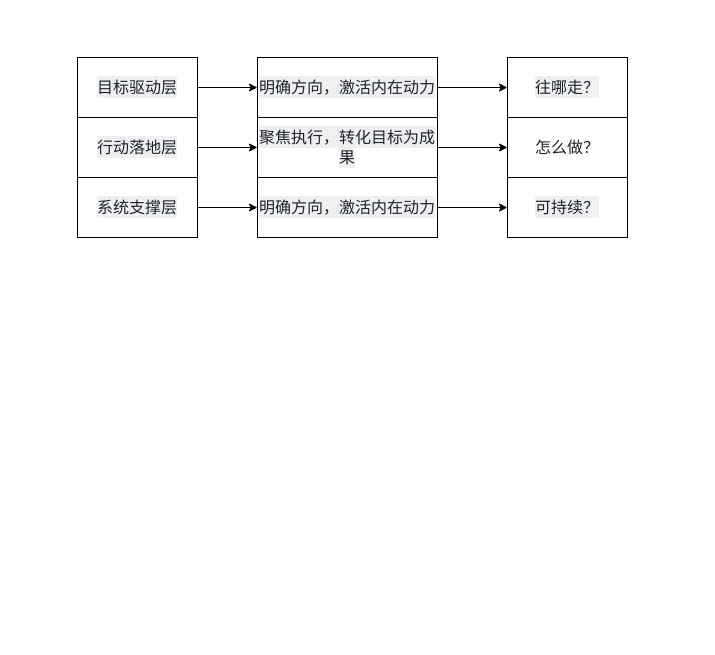
This is 未命名绘图.drawio from FlyThroughAir/DrawHere, a draw.io file, before an edit. Source tidied: cells renumbered, new cells numbered last; positions are measured from the earlier drawing's top-left corner, leaving out a move shared by most shapes. Both pictures are drawn from the tidied source at 100%, with x=0, y=0 at pixel (77, 57).
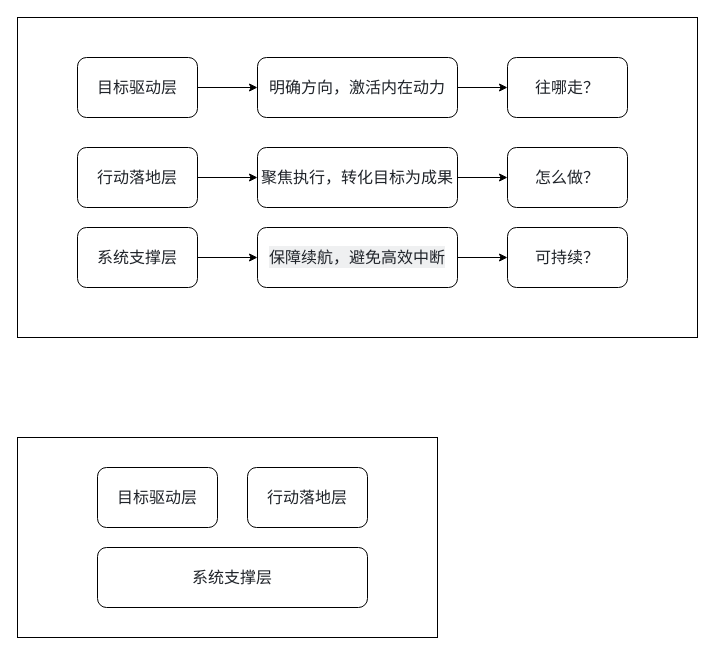
After the change.

Commit message (it also covers changes not shown here):
更新未命名绘图.drawio

Change to the diagram source:
```diff
@@
+    <mxCell id="17" style="rounded=0;whiteSpace=wrap;html=1;" parent="1" vertex="1">
+      <mxGeometry x="-60" y="380" width="420" height="200" as="geometry" />
+    </mxCell>
+    <mxCell id="18" style="rounded=0;whiteSpace=wrap;html=1;" parent="1" vertex="1">
+      <mxGeometry x="-60" y="-40" width="680" height="320" as="geometry" />
+    </mxCell>
@@
-    <mxCell id="3" value="&lt;span style=&quot;color: rgb(31, 35, 41); font-family: ui-sans-serif, system-ui, sans-serif, &amp;quot;Apple Color Emoji&amp;quot;, &amp;quot;Segoe UI Emoji&amp;quot;, &amp;quot;Segoe UI Symbol&amp;quot;, &amp;quot;Noto Color Emoji&amp;quot;; font-size: 16px; text-align: start; white-space-collapse: preserve; background-color: rgb(239, 240, 241);&quot;&gt;目标驱动层&lt;/span&gt;" style="rounded=0;whiteSpace=wrap;html=1;" parent="1" vertex="1">
+    <mxCell id="3" value="&lt;span style=&quot;color: rgb(31, 35, 41); font-family: ui-sans-serif, system-ui, sans-serif, &amp;quot;Apple Color Emoji&amp;quot;, &amp;quot;Segoe UI Emoji&amp;quot;, &amp;quot;Segoe UI Symbol&amp;quot;, &amp;quot;Noto Color Emoji&amp;quot;; font-size: 16px; text-align: start; white-space-collapse: preserve; background-color: rgb(255, 255, 255);&quot;&gt;目标驱动层&lt;/span&gt;" style="rounded=1;whiteSpace=wrap;html=1;" parent="1" vertex="1">
       <mxGeometry width="120" height="60" as="geometry" />
     </mxCell>
@@
-    <mxCell id="5" value="&lt;span style=&quot;color: rgb(31, 35, 41); font-family: ui-sans-serif, system-ui, sans-serif, &amp;quot;Apple Color Emoji&amp;quot;, &amp;quot;Segoe UI Emoji&amp;quot;, &amp;quot;Segoe UI Symbol&amp;quot;, &amp;quot;Noto Color Emoji&amp;quot;; font-size: 16px; text-align: start; white-space-collapse: preserve; background-color: rgb(239, 240, 241);&quot;&gt;行动落地层&lt;/span&gt;" style="rounded=0;whiteSpace=wrap;html=1;" parent="1" vertex="1">
-      <mxGeometry y="60" width="120" height="60" as="geometry" />
+    <mxCell id="5" value="&lt;span style=&quot;color: rgb(31, 35, 41); font-family: ui-sans-serif, system-ui, sans-serif, &amp;quot;Apple Color Emoji&amp;quot;, &amp;quot;Segoe UI Emoji&amp;quot;, &amp;quot;Segoe UI Symbol&amp;quot;, &amp;quot;Noto Color Emoji&amp;quot;; font-size: 16px; text-align: start; white-space-collapse: preserve; background-color: rgb(255, 255, 255);&quot;&gt;行动落地层&lt;/span&gt;" style="rounded=1;whiteSpace=wrap;html=1;" parent="1" vertex="1">
+      <mxGeometry y="90" width="120" height="60" as="geometry" />
     </mxCell>
@@
-    <mxCell id="7" value="&lt;span style=&quot;color: rgb(31, 35, 41); font-family: ui-sans-serif, system-ui, sans-serif, &amp;quot;Apple Color Emoji&amp;quot;, &amp;quot;Segoe UI Emoji&amp;quot;, &amp;quot;Segoe UI Symbol&amp;quot;, &amp;quot;Noto Color Emoji&amp;quot;; font-size: 16px; text-align: start; white-space-collapse: preserve; background-color: rgb(239, 240, 241);&quot;&gt;系统支撑层&lt;/span&gt;" style="rounded=0;whiteSpace=wrap;html=1;" parent="1" vertex="1">
-      <mxGeometry y="120" width="120" height="60" as="geometry" />
+    <mxCell id="7" value="&lt;span style=&quot;color: rgb(31, 35, 41); font-family: ui-sans-serif, system-ui, sans-serif, &amp;quot;Apple Color Emoji&amp;quot;, &amp;quot;Segoe UI Emoji&amp;quot;, &amp;quot;Segoe UI Symbol&amp;quot;, &amp;quot;Noto Color Emoji&amp;quot;; font-size: 16px; text-align: start; white-space-collapse: preserve;&quot;&gt;系统支撑层&lt;/span&gt;" style="rounded=1;whiteSpace=wrap;html=1;" parent="1" vertex="1">
+      <mxGeometry y="170" width="120" height="60" as="geometry" />
     </mxCell>
@@
-    <mxCell id="9" value="&lt;span style=&quot;color: rgb(31, 35, 41); font-family: ui-sans-serif, system-ui, sans-serif, &amp;quot;Apple Color Emoji&amp;quot;, &amp;quot;Segoe UI Emoji&amp;quot;, &amp;quot;Segoe UI Symbol&amp;quot;, &amp;quot;Noto Color Emoji&amp;quot;; font-size: 16px; font-style: normal; font-variant-ligatures: normal; font-variant-caps: normal; font-weight: 400; letter-spacing: normal; orphans: 2; text-align: start; text-indent: 0px; text-transform: none; widows: 2; word-spacing: 0px; -webkit-text-stroke-width: 0px; white-space: pre-wrap; background-color: rgb(239, 240, 241); text-decoration-thickness: initial; text-decoration-style: initial; text-decoration-color: initial; display: inline !important; float: none;&quot;&gt;明确方向，激活内在动力&lt;/span&gt;" style="rounded=0;whiteSpace=wrap;html=1;" parent="1" vertex="1">
-      <mxGeometry x="180" width="180" height="60" as="geometry" />
+    <mxCell id="9" value="&lt;span style=&quot;color: rgb(31, 35, 41); font-family: ui-sans-serif, system-ui, sans-serif, &amp;quot;Apple Color Emoji&amp;quot;, &amp;quot;Segoe UI Emoji&amp;quot;, &amp;quot;Segoe UI Symbol&amp;quot;, &amp;quot;Noto Color Emoji&amp;quot;; font-size: 16px; font-style: normal; font-variant-ligatures: normal; font-variant-caps: normal; font-weight: 400; letter-spacing: normal; orphans: 2; text-align: start; text-indent: 0px; text-transform: none; widows: 2; word-spacing: 0px; -webkit-text-stroke-width: 0px; white-space: pre-wrap; text-decoration-thickness: initial; text-decoration-style: initial; text-decoration-color: initial; float: none; background-color: rgb(255, 255, 255); display: inline !important;&quot;&gt;明确方向，激活内在动力&lt;/span&gt;" style="rounded=1;whiteSpace=wrap;html=1;" parent="1" vertex="1">
+      <mxGeometry x="180" width="200" height="60" as="geometry" />
     </mxCell>
@@
-    <mxCell id="11" value="&lt;span style=&quot;color: rgb(31, 35, 41); font-family: ui-sans-serif, system-ui, sans-serif, &amp;quot;Apple Color Emoji&amp;quot;, &amp;quot;Segoe UI Emoji&amp;quot;, &amp;quot;Segoe UI Symbol&amp;quot;, &amp;quot;Noto Color Emoji&amp;quot;; font-size: 16px; text-align: start; white-space-collapse: preserve; background-color: rgb(239, 240, 241);&quot;&gt;聚焦执行，转化目标为成果&lt;/span&gt;" style="rounded=0;whiteSpace=wrap;html=1;" parent="1" vertex="1">
-      <mxGeometry x="180" y="60" width="180" height="60" as="geometry" />
+    <mxCell id="11" value="&lt;span style=&quot;color: rgb(31, 35, 41); font-family: ui-sans-serif, system-ui, sans-serif, &amp;quot;Apple Color Emoji&amp;quot;, &amp;quot;Segoe UI Emoji&amp;quot;, &amp;quot;Segoe UI Symbol&amp;quot;, &amp;quot;Noto Color Emoji&amp;quot;; font-size: 16px; text-align: start; white-space-collapse: preserve; background-color: rgb(255, 255, 255);&quot;&gt;聚焦执行，转化目标为成果&lt;/span&gt;" style="rounded=1;whiteSpace=wrap;html=1;" parent="1" vertex="1">
+      <mxGeometry x="180" y="90" width="200" height="60" as="geometry" />
     </mxCell>
@@
-    <mxCell id="13" value="&lt;span style=&quot;color: rgb(31, 35, 41); font-family: ui-sans-serif, system-ui, sans-serif, &amp;quot;Apple Color Emoji&amp;quot;, &amp;quot;Segoe UI Emoji&amp;quot;, &amp;quot;Segoe UI Symbol&amp;quot;, &amp;quot;Noto Color Emoji&amp;quot;; font-size: 16px; font-style: normal; font-variant-ligatures: normal; font-variant-caps: normal; font-weight: 400; letter-spacing: normal; orphans: 2; text-align: start; text-indent: 0px; text-transform: none; widows: 2; word-spacing: 0px; -webkit-text-stroke-width: 0px; white-space: pre-wrap; background-color: rgb(239, 240, 241); text-decoration-thickness: initial; text-decoration-style: initial; text-decoration-color: initial; display: inline !important; float: none;&quot;&gt;明确方向，激活内在动力&lt;/span&gt;" style="rounded=0;whiteSpace=wrap;html=1;" parent="1" vertex="1">
-      <mxGeometry x="180" y="120" width="180" height="60" as="geometry" />
+    <mxCell id="13" value="&lt;span style=&quot;color: rgb(31, 35, 41); font-family: ui-sans-serif, system-ui, sans-serif, &amp;quot;Apple Color Emoji&amp;quot;, &amp;quot;Segoe UI Emoji&amp;quot;, &amp;quot;Segoe UI Symbol&amp;quot;, &amp;quot;Noto Color Emoji&amp;quot;; font-size: 16px; text-align: start; white-space-collapse: preserve; background-color: rgb(239, 240, 241);&quot;&gt;保障续航，避免高效中断&lt;/span&gt;" style="rounded=1;whiteSpace=wrap;html=1;" parent="1" vertex="1">
+      <mxGeometry x="180" y="170" width="200" height="60" as="geometry" />
     </mxCell>
-    <mxCell id="14" value="&lt;span style=&quot;color: rgb(31, 35, 41); font-family: ui-sans-serif, system-ui, sans-serif, &amp;quot;Apple Color Emoji&amp;quot;, &amp;quot;Segoe UI Emoji&amp;quot;, &amp;quot;Segoe UI Symbol&amp;quot;, &amp;quot;Noto Color Emoji&amp;quot;; font-size: 16px; text-align: start; white-space-collapse: preserve; background-color: rgb(239, 240, 241);&quot;&gt;往哪走？&lt;/span&gt;" style="rounded=0;whiteSpace=wrap;html=1;" parent="1" vertex="1">
+    <mxCell id="14" value="&lt;span style=&quot;color: rgb(31, 35, 41); font-family: ui-sans-serif, system-ui, sans-serif, &amp;quot;Apple Color Emoji&amp;quot;, &amp;quot;Segoe UI Emoji&amp;quot;, &amp;quot;Segoe UI Symbol&amp;quot;, &amp;quot;Noto Color Emoji&amp;quot;; font-size: 16px; text-align: start; white-space-collapse: preserve;&quot;&gt;往哪走？&lt;/span&gt;" style="rounded=1;whiteSpace=wrap;html=1;" parent="1" vertex="1">
       <mxGeometry x="430" width="120" height="60" as="geometry" />
     </mxCell>
-    <mxCell id="15" value="&lt;span style=&quot;color: rgb(31, 35, 41); font-family: ui-sans-serif, system-ui, sans-serif, &amp;quot;Apple Color Emoji&amp;quot;, &amp;quot;Segoe UI Emoji&amp;quot;, &amp;quot;Segoe UI Symbol&amp;quot;, &amp;quot;Noto Color Emoji&amp;quot;; font-size: 16px; text-align: start; white-space-collapse: preserve; background-color: rgb(255, 255, 255);&quot;&gt;怎么做？&lt;/span&gt;" style="rounded=0;whiteSpace=wrap;html=1;" parent="1" vertex="1">
-      <mxGeometry x="430" y="60" width="120" height="60" as="geometry" />
+    <mxCell id="15" value="&lt;span style=&quot;color: rgb(31, 35, 41); font-family: ui-sans-serif, system-ui, sans-serif, &amp;quot;Apple Color Emoji&amp;quot;, &amp;quot;Segoe UI Emoji&amp;quot;, &amp;quot;Segoe UI Symbol&amp;quot;, &amp;quot;Noto Color Emoji&amp;quot;; font-size: 16px; text-align: start; white-space-collapse: preserve; background-color: rgb(255, 255, 255);&quot;&gt;怎么做？&lt;/span&gt;" style="rounded=1;whiteSpace=wrap;html=1;" parent="1" vertex="1">
+      <mxGeometry x="430" y="90" width="120" height="60" as="geometry" />
     </mxCell>
-    <mxCell id="16" value="&lt;span style=&quot;color: rgb(31, 35, 41); font-family: ui-sans-serif, system-ui, sans-serif, &amp;quot;Apple Color Emoji&amp;quot;, &amp;quot;Segoe UI Emoji&amp;quot;, &amp;quot;Segoe UI Symbol&amp;quot;, &amp;quot;Noto Color Emoji&amp;quot;; font-size: 16px; text-align: start; white-space-collapse: preserve; background-color: rgb(239, 240, 241);&quot;&gt;可持续？&lt;/span&gt;" style="rounded=0;whiteSpace=wrap;html=1;" parent="1" vertex="1">
-      <mxGeometry x="430" y="120" width="120" height="60" as="geometry" />
+    <mxCell id="16" value="&lt;span style=&quot;color: rgb(31, 35, 41); font-family: ui-sans-serif, system-ui, sans-serif, &amp;quot;Apple Color Emoji&amp;quot;, &amp;quot;Segoe UI Emoji&amp;quot;, &amp;quot;Segoe UI Symbol&amp;quot;, &amp;quot;Noto Color Emoji&amp;quot;; font-size: 16px; text-align: start; white-space-collapse: preserve;&quot;&gt;可持续？&lt;/span&gt;" style="rounded=1;whiteSpace=wrap;html=1;" parent="1" vertex="1">
+      <mxGeometry x="430" y="170" width="120" height="60" as="geometry" />
     </mxCell>
+    <mxCell id="19" value="&lt;span style=&quot;color: rgb(31, 35, 41); font-family: ui-sans-serif, system-ui, sans-serif, &amp;quot;Apple Color Emoji&amp;quot;, &amp;quot;Segoe UI Emoji&amp;quot;, &amp;quot;Segoe UI Symbol&amp;quot;, &amp;quot;Noto Color Emoji&amp;quot;; font-size: 16px; text-align: start; white-space-collapse: preserve; background-color: rgb(255, 255, 255);&quot;&gt;目标驱动层&lt;/span&gt;" style="rounded=1;whiteSpace=wrap;html=1;" parent="1" vertex="1">
+      <mxGeometry x="20" y="410" width="120" height="60" as="geometry" />
+    </mxCell>
+    <mxCell id="20" value="&lt;span style=&quot;color: rgb(31, 35, 41); font-family: ui-sans-serif, system-ui, sans-serif, &amp;quot;Apple Color Emoji&amp;quot;, &amp;quot;Segoe UI Emoji&amp;quot;, &amp;quot;Segoe UI Symbol&amp;quot;, &amp;quot;Noto Color Emoji&amp;quot;; font-size: 16px; text-align: start; white-space-collapse: preserve; background-color: rgb(255, 255, 255);&quot;&gt;行动落地层&lt;/span&gt;" style="rounded=1;whiteSpace=wrap;html=1;" parent="1" vertex="1">
+      <mxGeometry x="170" y="410" width="120" height="60" as="geometry" />
+    </mxCell>
+    <mxCell id="21" value="&lt;span style=&quot;color: rgb(31, 35, 41); font-family: ui-sans-serif, system-ui, sans-serif, &amp;quot;Apple Color Emoji&amp;quot;, &amp;quot;Segoe UI Emoji&amp;quot;, &amp;quot;Segoe UI Symbol&amp;quot;, &amp;quot;Noto Color Emoji&amp;quot;; font-size: 16px; text-align: start; white-space-collapse: preserve;&quot;&gt;系统支撑层&lt;/span&gt;" style="rounded=1;whiteSpace=wrap;html=1;" parent="1" vertex="1">
+      <mxGeometry x="20" y="490" width="270" height="60" as="geometry" />
+    </mxCell>
```
